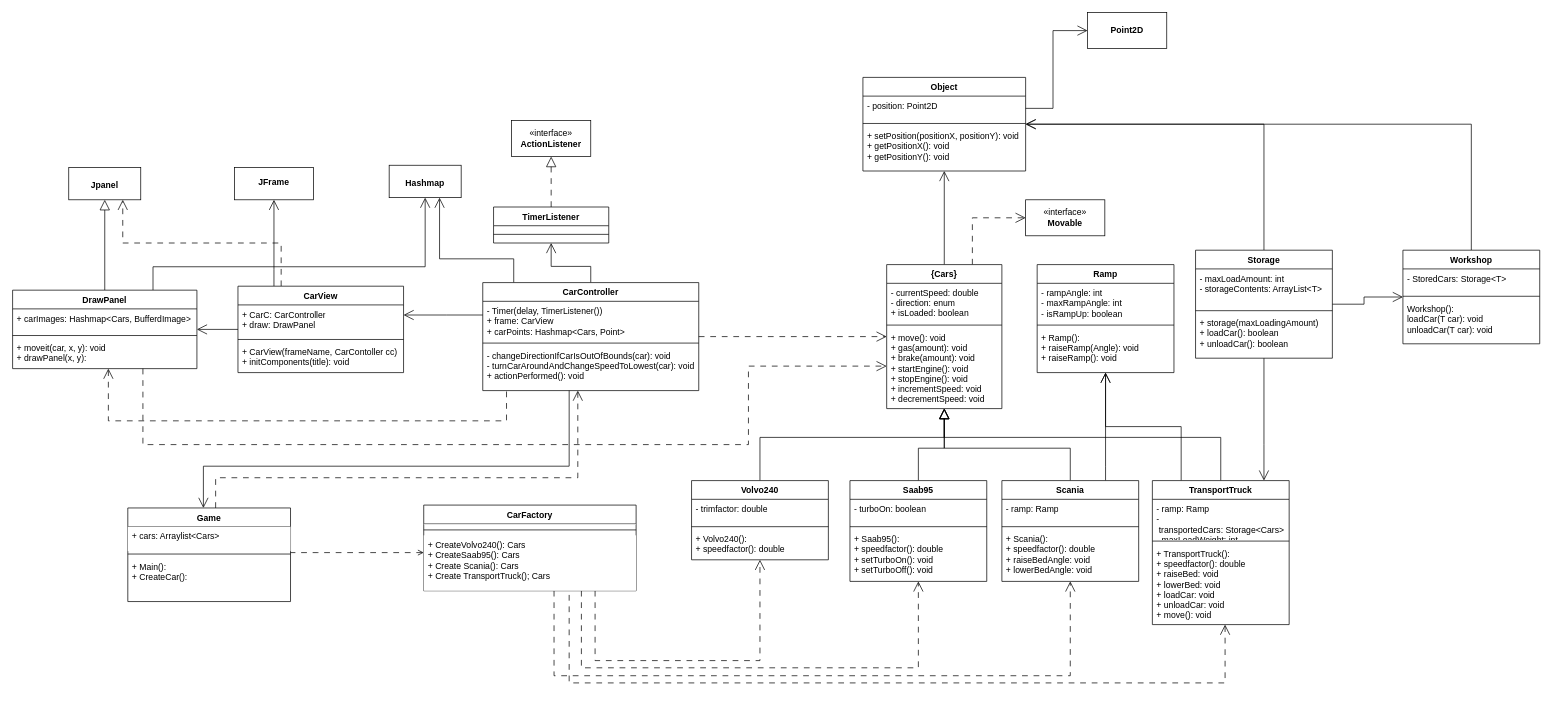
This is UML-Diagram/3.4_Diagram.drawio from BaguetteConnoisseur/TDA553-lab, a draw.io file, before an edit. Source tidied: cells renumbered, new cells numbered last; positions are measured from the earlier drawing's top-left corner, leaving out a move shared by most shapes. Both pictures are drawn from the tidied source at 72%, with x=0, y=0 at pixel (12, 12).
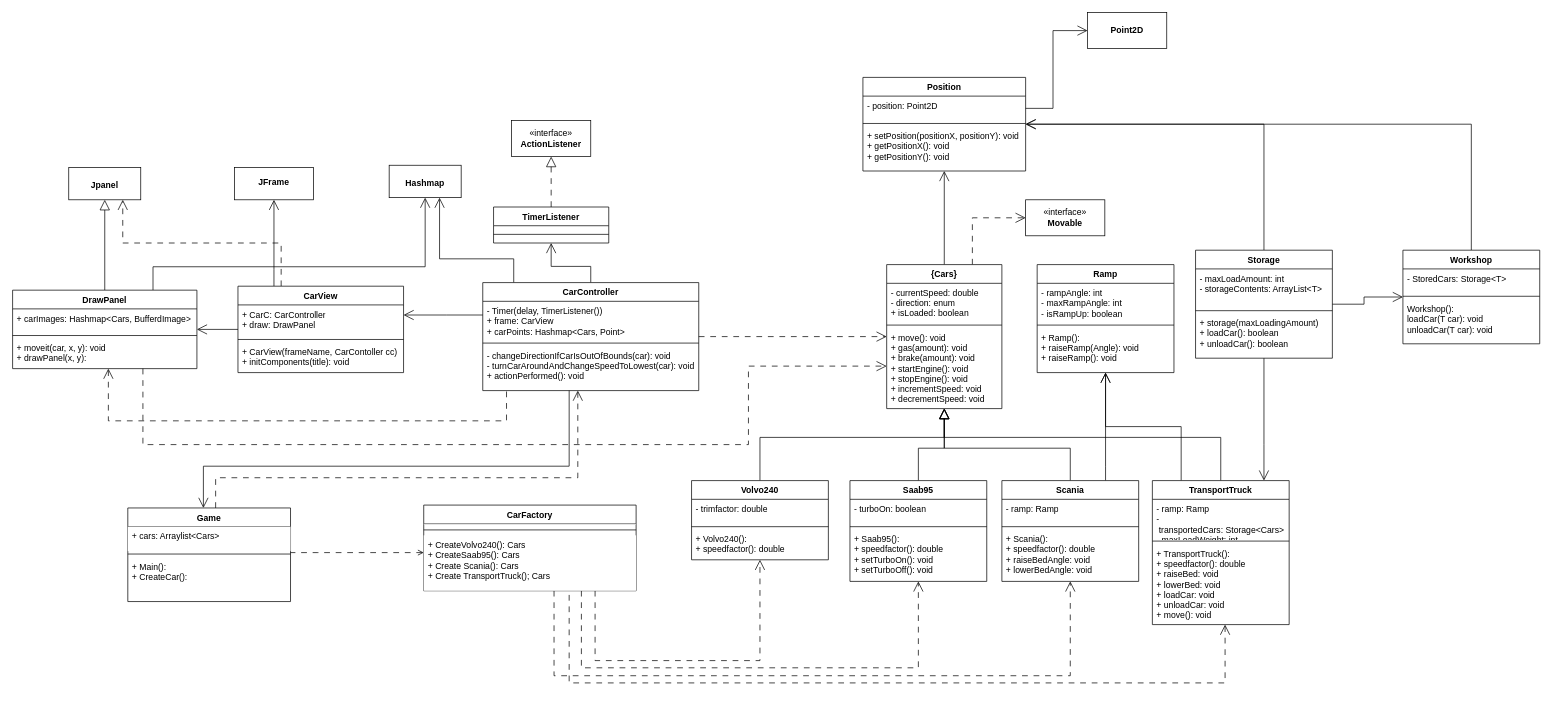
After the change.

What changed in the source:
```diff
@@
-    <mxCell id="10" value="Object" style="swimlane;fontStyle=1;align=center;verticalAlign=top;horizontal=1;startSize=26;whiteSpace=wrap;html=1;labelBackgroundColor=none;" parent="1" vertex="1">
+    <mxCell id="10" value="Position" style="swimlane;fontStyle=1;align=center;verticalAlign=top;horizontal=1;startSize=26;whiteSpace=wrap;html=1;labelBackgroundColor=none;" parent="1" vertex="1">
       <mxGeometry x="1181" y="90" width="226" height="130" as="geometry" />
     </mxCell>
```
